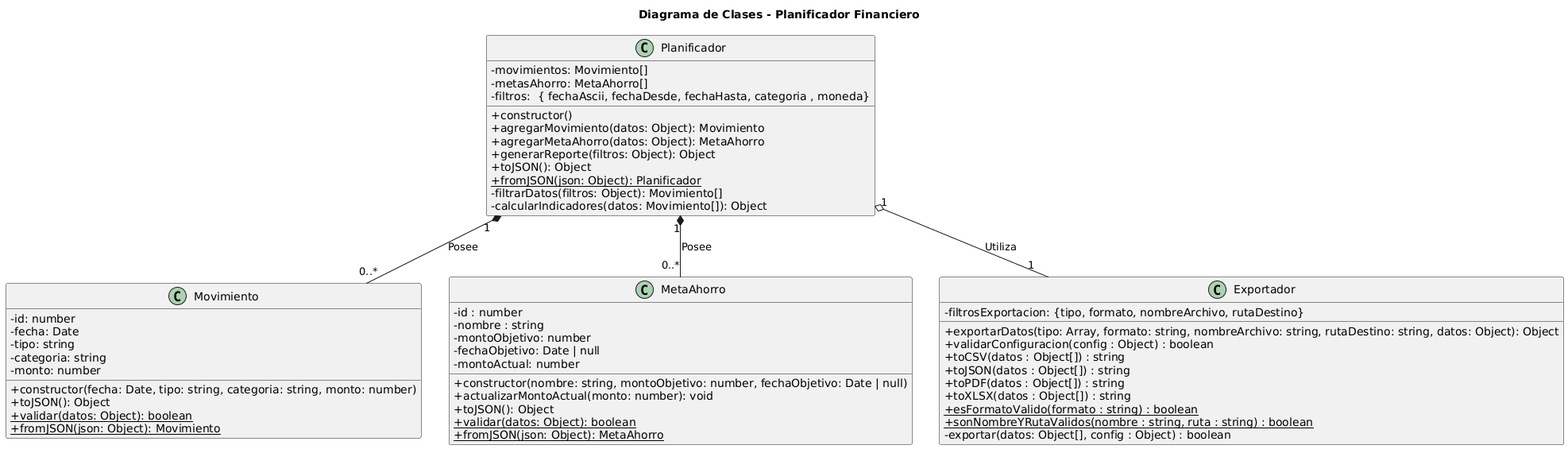
fioremos/simulador-planificacion-financiera keeps this PlantUML diagram as docs/04-diagramas/02-diagrama-de-clases/diagrama-clases.png. Above is the earlier version. Its diagram source:
```plantuml
@startuml
skinparam classAttributeIconSize 0
hide empty members
title Diagrama de Clases - Planificador Financiero


class Movimiento {
  - id: number
  - fecha: Date
  - tipo: string
  - categoria: string
  - monto: number
  + constructor(fecha: Date, tipo: string, categoria: string, monto: number)
  + toJSON(): Object
  + {static} validar(datos: Object): boolean
  + {static} fromJSON(json: Object): Movimiento
}
class MetaAhorro {
    - id : number
    - nombre : string
    - montoObjetivo: number
    - fechaObjetivo: Date | null
    - montoActual: number
    + constructor(nombre: string, montoObjetivo: number, fechaObjetivo: Date | null)
    + actualizarMontoActual(monto: number): void
    + toJSON(): Object
    + {static} validar(datos: Object): boolean
    + {static} fromJSON(json: Object): MetaAhorro
}
class Exportador {
    - filtrosExportacion: {tipo, formato, nombreArchivo, rutaDestino}
    + exportarDatos(tipo: Array, formato: string, nombreArchivo: string, rutaDestino: string, datos: Object): Object
    + validarConfiguracion(config : Object) : boolean
    + toCSV(datos : Object[]) : string
    + toJSON(datos : Object[]) : string
    + toPDF(datos : Object[]) : string
    + toXLSX(datos : Object[]) : string
    + {static} esFormatoValido(formato : string) : boolean
    + {static} sonNombreYRutaValidos(nombre : string, ruta : string) : boolean
    - exportar(datos: Object[], config : Object) : boolean
}

class Planificador{
    - movimientos: Movimiento[]
    - metasAhorro: MetaAhorro[]
    - filtros:  { fechaAscii, fechaDesde, fechaHasta, categoria , moneda}
    + constructor()
    + agregarMovimiento(datos: Object): Movimiento
    + agregarMetaAhorro(datos: Object): MetaAhorro
    + generarReporte(filtros: Object): Object
    + toJSON(): Object
    + {static} fromJSON(json: Object): Planificador
    - filtrarDatos(filtros: Object): Movimiento[]
    - calcularIndicadores(datos: Movimiento[]): Object
}

Planificador "1" *-- "0..*" Movimiento : Posee

Planificador "1" *-- "0..*" MetaAhorro : Posee

Planificador "1" o-- "1" Exportador : Utiliza
@enduml
```
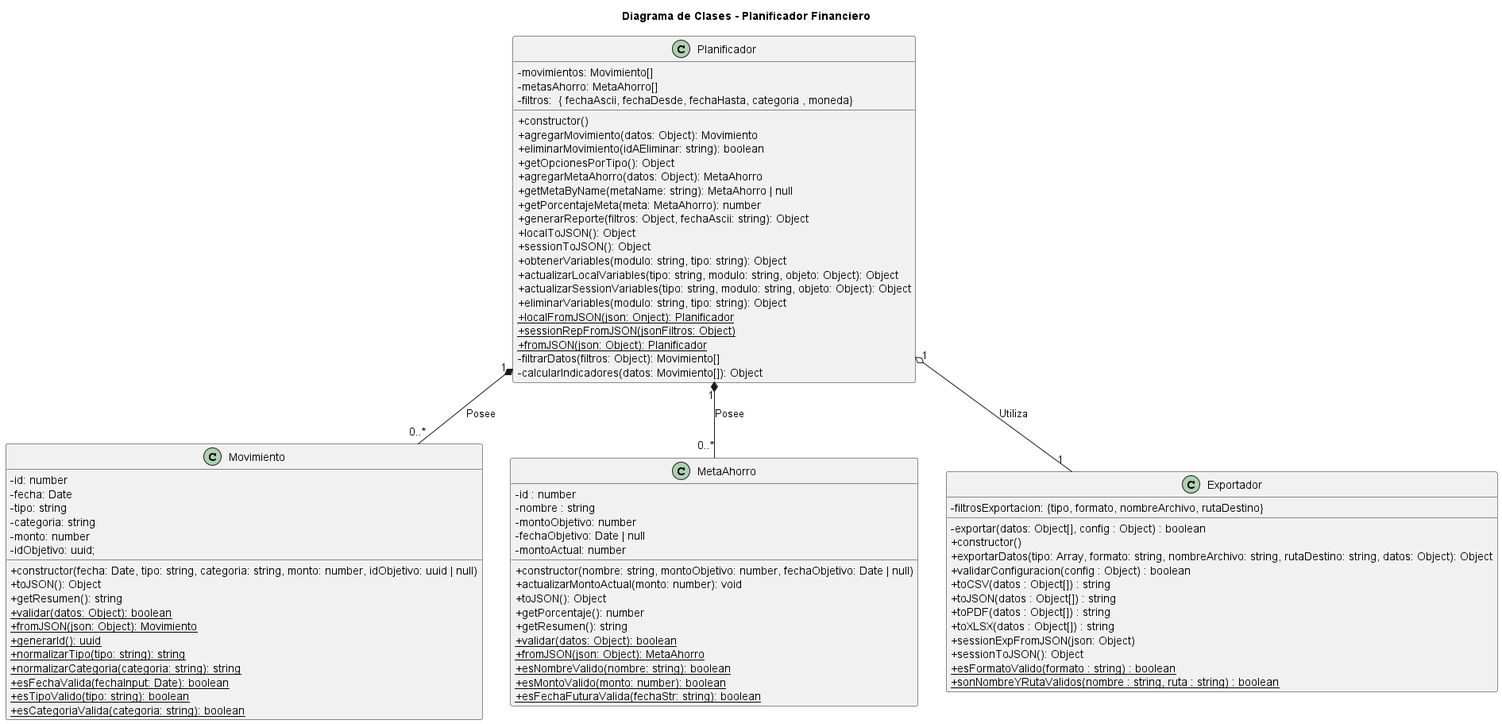
After the change.

Change to the diagram source:
```diff
@@ -1,4 +1,4 @@
-@startuml
+@startuml DiagramaClasesPlanificadorFinanciero
 skinparam classAttributeIconSize 0
 hide empty members
 title Diagrama de Clases - Planificador Financiero
@@ -10,10 +10,18 @@
   - tipo: string
   - categoria: string
   - monto: number
-  + constructor(fecha: Date, tipo: string, categoria: string, monto: number)
+  - idObjetivo: uuid;
+  + constructor(fecha: Date, tipo: string, categoria: string, monto: number, idObjetivo: uuid | null)
   + toJSON(): Object
+  + getResumen(): string
   + {static} validar(datos: Object): boolean
   + {static} fromJSON(json: Object): Movimiento
+  + {static} generarId(): uuid
+  + {static} normalizarTipo(tipo: string): string
+  + {static} normalizarCategoria(categoria: string): string
+  + {static} esFechaValida(fechaInput: Date): boolean
+  + {static} esTipoValido(tipo: string): boolean
+  + {static} esCategoriaValida(categoria: string): boolean
 }
 class MetaAhorro {
     - id : number
@@ -24,20 +32,28 @@
     + constructor(nombre: string, montoObjetivo: number, fechaObjetivo: Date | null)
     + actualizarMontoActual(monto: number): void
     + toJSON(): Object
+    + getPorcentaje(): number
+    + getResumen(): string
     + {static} validar(datos: Object): boolean
     + {static} fromJSON(json: Object): MetaAhorro
+    + {static} esNombreValido(nombre: string): boolean
+    + {static} esMontoValido(monto: number): boolean
+    + {static} esFechaFuturaValida(fechaStr: string): boolean
 }
 class Exportador {
     - filtrosExportacion: {tipo, formato, nombreArchivo, rutaDestino}
+    - exportar(datos: Object[], config : Object) : boolean
+    + constructor()
     + exportarDatos(tipo: Array, formato: string, nombreArchivo: string, rutaDestino: string, datos: Object): Object
     + validarConfiguracion(config : Object) : boolean
     + toCSV(datos : Object[]) : string
     + toJSON(datos : Object[]) : string
     + toPDF(datos : Object[]) : string
     + toXLSX(datos : Object[]) : string
+    + sessionExpFromJSON(json: Object)
+    + sessionToJSON(): Object
     + {static} esFormatoValido(formato : string) : boolean
     + {static} sonNombreYRutaValidos(nombre : string, ruta : string) : boolean
-    - exportar(datos: Object[], config : Object) : boolean
 }
 
 class Planificador{
@@ -46,17 +62,30 @@
     - filtros:  { fechaAscii, fechaDesde, fechaHasta, categoria , moneda}
     + constructor()
     + agregarMovimiento(datos: Object): Movimiento
+    + eliminarMovimiento(idAEliminar: string): boolean
+    + getOpcionesPorTipo(): Object
     + agregarMetaAhorro(datos: Object): MetaAhorro
-    + generarReporte(filtros: Object): Object
-    + toJSON(): Object
+    + getMetaByName(metaName: string): MetaAhorro | null
+    + getPorcentajeMeta(meta: MetaAhorro): number
+    + generarReporte(filtros: Object, fechaAscii: string): Object
+    + localToJSON(): Object
+    + sessionToJSON(): Object
+    + obtenerVariables(modulo: string, tipo: string): Object
+    + actualizarLocalVariables(tipo: string, modulo: string, objeto: Object): Object
+    + actualizarSessionVariables(tipo: string, modulo: string, objeto: Object): Object
+    + eliminarVariables(modulo: string, tipo: string): Object
+    + {static} localFromJSON(json: Onject): Planificador
+    + {static} sessionRepFromJSON(jsonFiltros: Object)
     + {static} fromJSON(json: Object): Planificador
     - filtrarDatos(filtros: Object): Movimiento[]
     - calcularIndicadores(datos: Movimiento[]): Object
 }
+
 
 Planificador "1" *-- "0..*" Movimiento : Posee
 
 Planificador "1" *-- "0..*" MetaAhorro : Posee
 
 Planificador "1" o-- "1" Exportador : Utiliza
+
 @enduml
```
